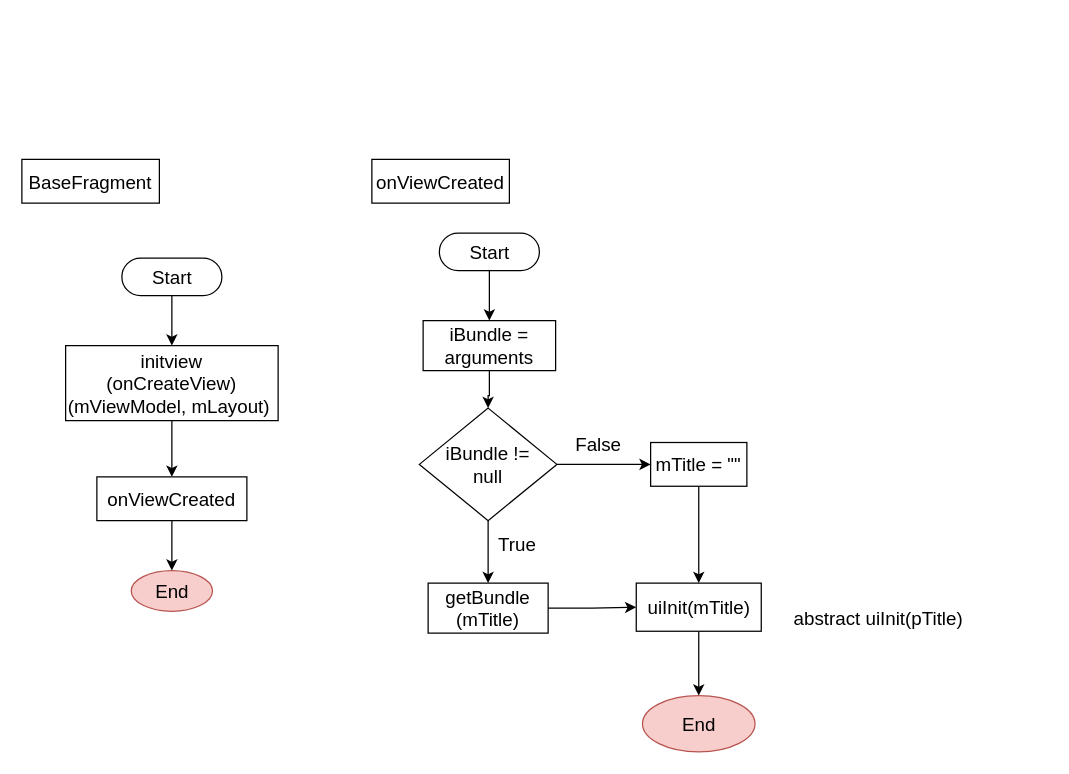
ccckyc/draw keeps this draw.io diagram as page "BaseFragment" (5 of 17) of 一般流程.drawio. Above is the earlier version. Source tidied: cells renumbered, new cells numbered last; positions are measured from the earlier drawing's top-left corner, leaving out a move shared by most shapes. Both pictures are drawn from the tidied source at 125%, with x=0, y=0 at pixel (21, 159).
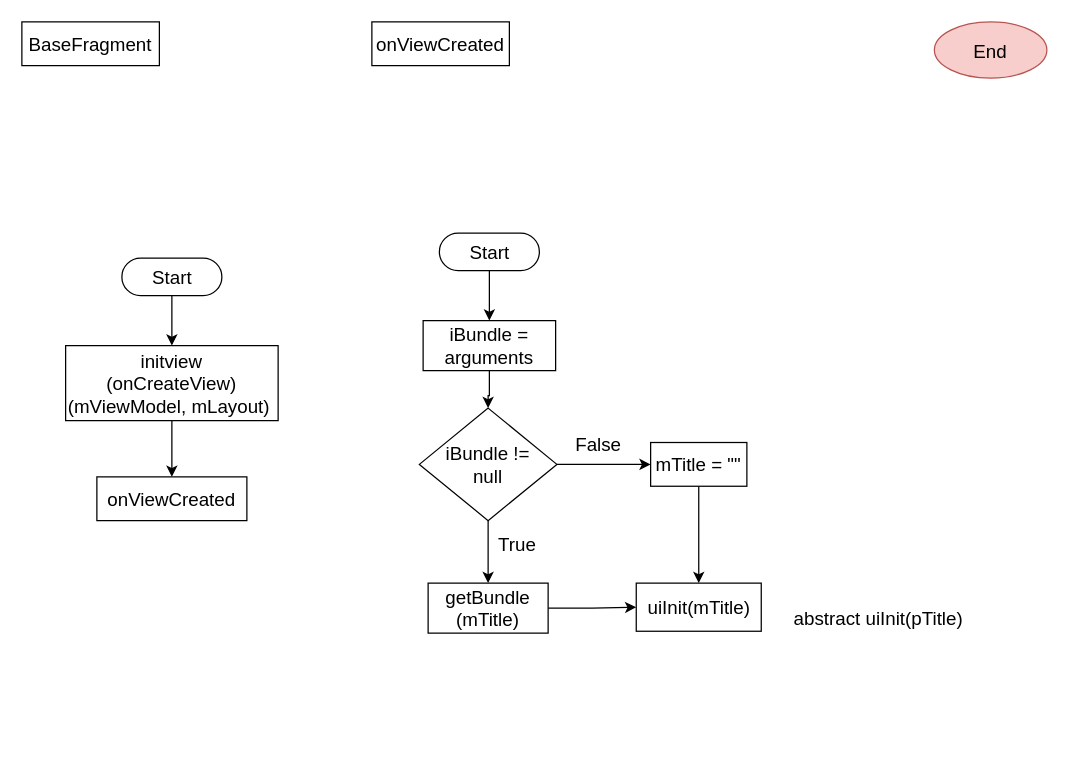
After the change.

The change refers to these unchanged cells:
```xml
<mxCell id="8" value="onViewCreated" style="whiteSpace=wrap;html=1;fontSize=15;dashed=0;fontStyle=0;fontFamily=Helvetica;" parent="1" vertex="1">
  <mxGeometry x="60" y="254" width="120" height="35" as="geometry" />
</mxCell>
<mxCell id="15" value="uiInit(mTitle)" style="whiteSpace=wrap;html=1;fontSize=15;dashed=0;fontStyle=0;fontFamily=Helvetica;" parent="1" vertex="1">
  <mxGeometry x="491.5" y="339" width="100" height="38.5" as="geometry" />
</mxCell>
```

Change to the diagram source:
```diff
@@
     <mxCell id="6" value="BaseFragment" style="whiteSpace=wrap;html=1;fontSize=15;dashed=0;fontStyle=0;fontFamily=Helvetica;" parent="1" vertex="1">
-      <mxGeometry width="110" height="35" as="geometry" />
+      <mxGeometry y="-110" width="110" height="35" as="geometry" />
     </mxCell>
-    <mxCell id="7" style="edgeStyle=orthogonalEdgeStyle;rounded=0;jettySize=auto;html=1;fontFamily=Helvetica;fontSize=15;fontColor=#000000;" parent="1" edge="1" source="8" target="27">
-      <mxGeometry relative="1" as="geometry" />
-    </mxCell>
@@
     <mxCell id="9" value="onViewCreated" style="whiteSpace=wrap;html=1;fontSize=15;dashed=0;fontStyle=0;fontFamily=Helvetica;" parent="1" vertex="1">
-      <mxGeometry x="280" width="110" height="35" as="geometry" />
+      <mxGeometry x="280" y="-110" width="110" height="35" as="geometry" />
     </mxCell>
@@
-    <mxCell id="14" style="edgeStyle=orthogonalEdgeStyle;rounded=0;jettySize=auto;html=1;fontFamily=Helvetica;fontSize=15;fontColor=#000000;" parent="1" edge="1" source="15" target="26">
-      <mxGeometry relative="1" as="geometry" />
-    </mxCell>
@@
     <mxCell id="26" value="End" style="ellipse;whiteSpace=wrap;html=1;fontSize=15;dashed=0;fontStyle=0;fillColor=#f8cecc;strokeColor=#b85450;fontFamily=Helvetica;" parent="1" vertex="1">
-      <mxGeometry x="496.5" y="429" width="90" height="45" as="geometry" />
+      <mxGeometry x="730" y="-110" width="90" height="45" as="geometry" />
     </mxCell>
-    <mxCell id="27" value="End" style="ellipse;whiteSpace=wrap;html=1;fontSize=15;dashed=0;fontStyle=0;fillColor=#f8cecc;strokeColor=#b85450;fontFamily=Helvetica;" parent="1" vertex="1">
-      <mxGeometry x="87.5" y="329" width="65" height="32.5" as="geometry" />
-    </mxCell>
```
